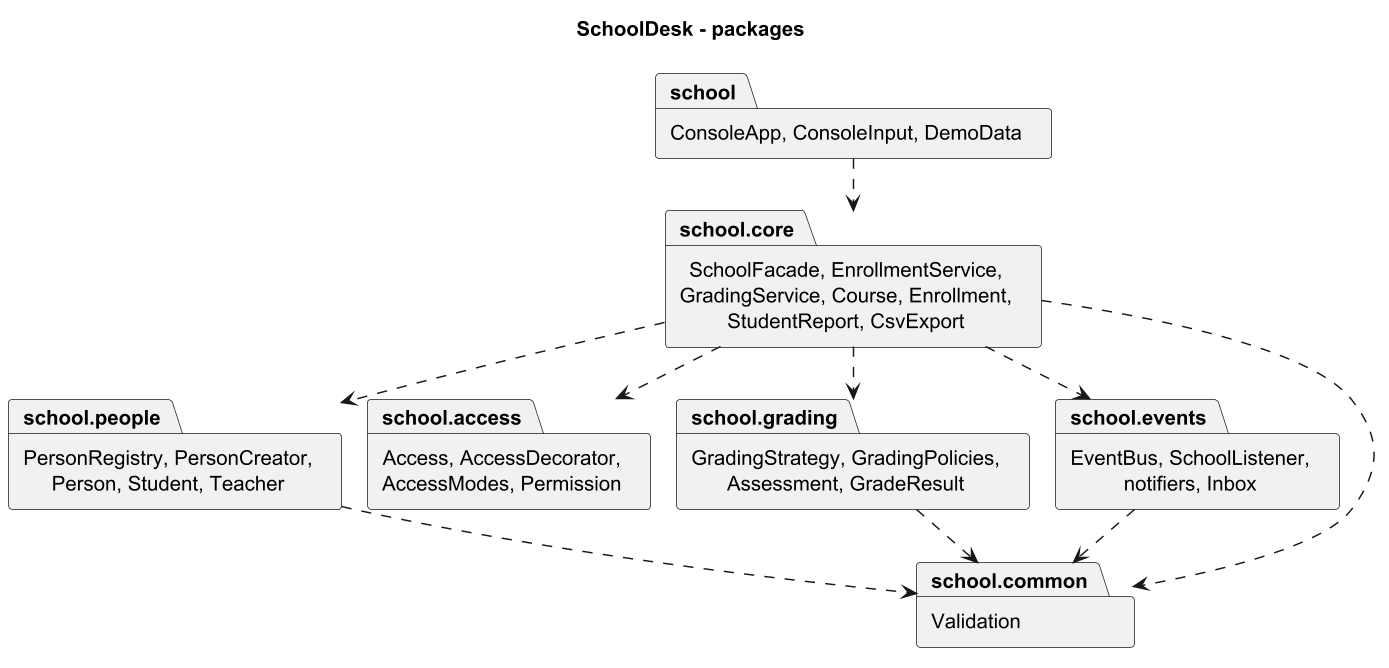
Above: docs/images/packages.png in Asylstyle/school-management-system (PlantUML), before the change. Its diagram source:
```plantuml
@startuml packages
skinparamlocked dpi 140
!pragma layout smetana
title SchoolDesk - packages
skinparam shadowing false

package "ConsoleApp, ConsoleInput, DemoData" as school
package "SchoolFacade, EnrollmentService,\nGradingService, Course, Enrollment,\nStudentReport, CsvExport" as school.core
package "PersonRegistry, PersonCreator,\nPerson, Student, Teacher" as school.people
package "Access, AccessDecorator,\nAccessModes, Permission" as school.access
package "GradingStrategy, GradingPolicies,\nAssessment, GradeResult" as school.grading
package "EventBus, SchoolListener,\nnotifiers, Inbox" as school.events
package "Validation" as school.common

school ..> school.core
school.core ..> school.people
school.core ..> school.access
school.core ..> school.grading
school.core ..> school.events
school.core ..> school.common
school.people ..> school.common
school.grading ..> school.common
school.events ..> school.common
@enduml
```
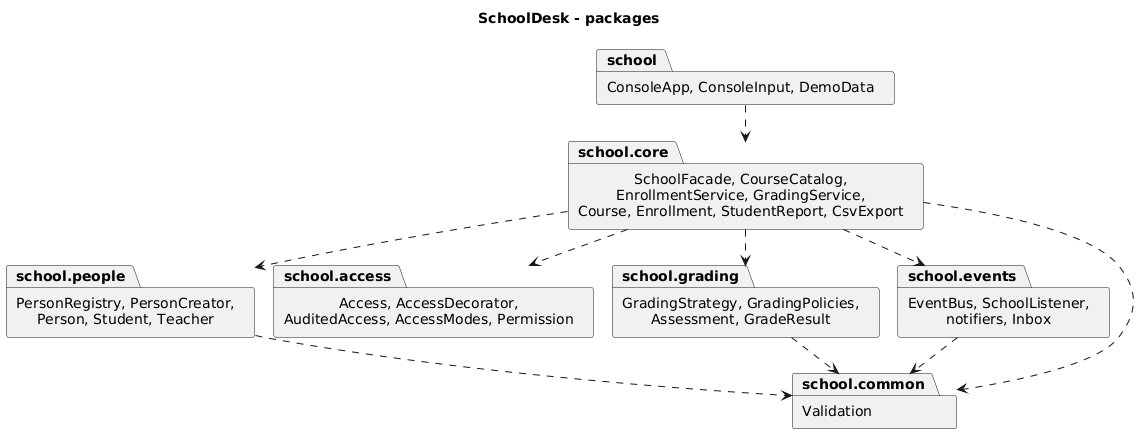
The same file after the commit.

Change to the diagram source:
```diff
@@ -1,13 +1,12 @@
-@startuml packages
-skinparamlocked dpi 140
+@startuml
 !pragma layout smetana
 title SchoolDesk - packages
 skinparam shadowing false
 
 package "ConsoleApp, ConsoleInput, DemoData" as school
-package "SchoolFacade, EnrollmentService,\nGradingService, Course, Enrollment,\nStudentReport, CsvExport" as school.core
+package "SchoolFacade, CourseCatalog,\nEnrollmentService, GradingService,\nCourse, Enrollment, StudentReport, CsvExport" as school.core
 package "PersonRegistry, PersonCreator,\nPerson, Student, Teacher" as school.people
-package "Access, AccessDecorator,\nAccessModes, Permission" as school.access
+package "Access, AccessDecorator,\nAuditedAccess, AccessModes, Permission" as school.access
 package "GradingStrategy, GradingPolicies,\nAssessment, GradeResult" as school.grading
 package "EventBus, SchoolListener,\nnotifiers, Inbox" as school.events
 package "Validation" as school.common
```
